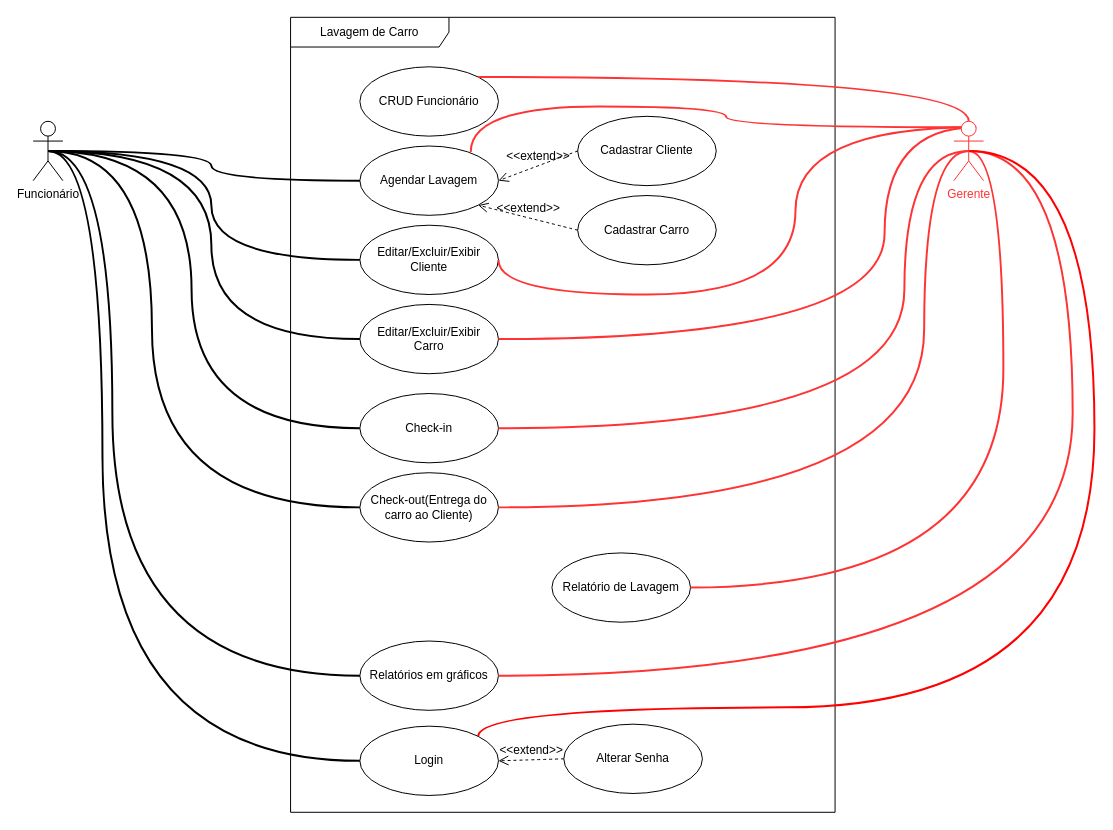
Earlier version of the draw.io diagram Caso_de_uso_LavagemCarro.drawio (PiSbards/AppLavaCar_TCC). Source tidied: cells renumbered, new cells numbered last; positions are measured from the earlier drawing's top-left corner, leaving out a move shared by most shapes. Both pictures are drawn from the tidied source at 99%, with x=0, y=0 at pixel (33, 17).
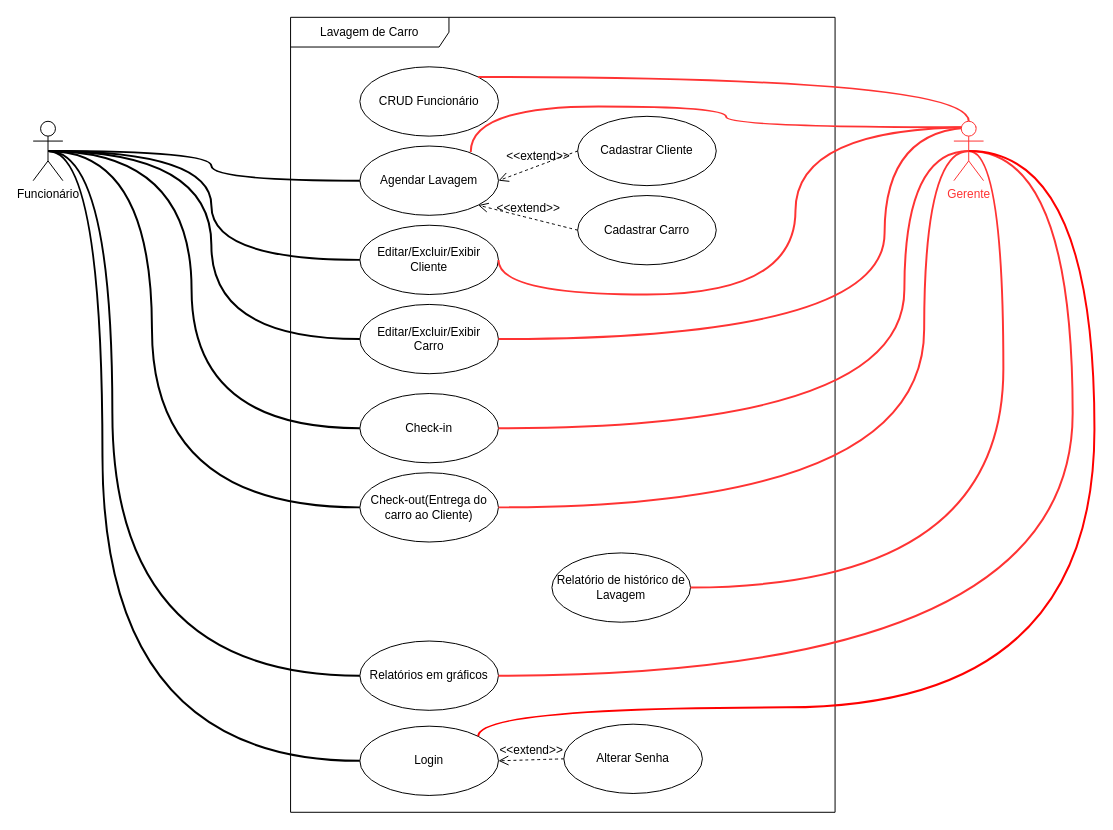
The same page after the edit.

The change refers to these unchanged cells:
```xml
<mxCell id="2" value="Lavagem de Carro" style="shape=umlFrame;whiteSpace=wrap;html=1;width=160;" parent="1" vertex="1">
  <mxGeometry x="260" width="550" height="803" as="geometry" />
</mxCell>
```

Diff of the diagram source:
```diff
@@
-    <mxCell id="8" value="Relatório de Lavagem" style="ellipse;whiteSpace=wrap;html=1;" parent="2" vertex="1">
+    <mxCell id="8" value="Relatório de histórico de Lavagem" style="ellipse;whiteSpace=wrap;html=1;" parent="2" vertex="1">
       <mxGeometry x="264" y="541" width="140" height="70" as="geometry" />
     </mxCell>
```
